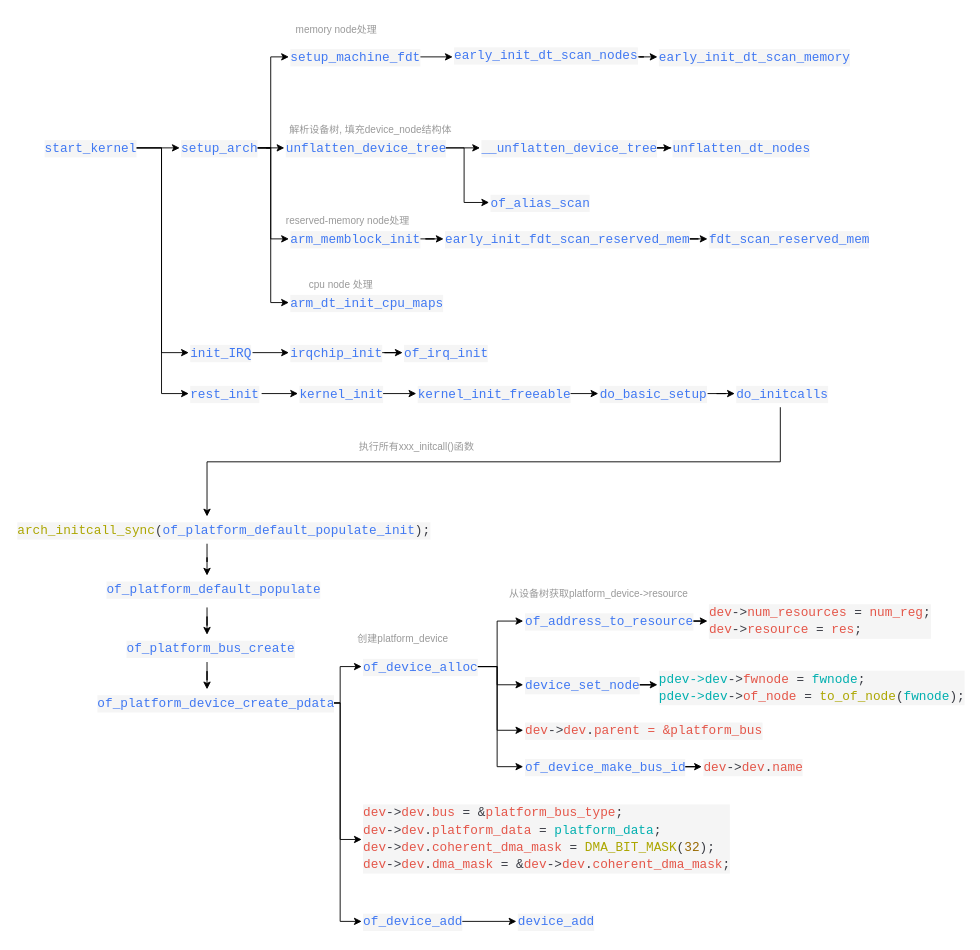
This is kernel/device_tree.drawio from YC-Xiang/draw.io, a draw.io file, before an edit. Source tidied: cells renumbered, new cells numbered last; positions are measured from the earlier drawing's top-left corner, leaving out a move shared by most shapes. Both pictures are drawn from the tidied source at 91%, with x=0, y=0 at pixel (15, 15).
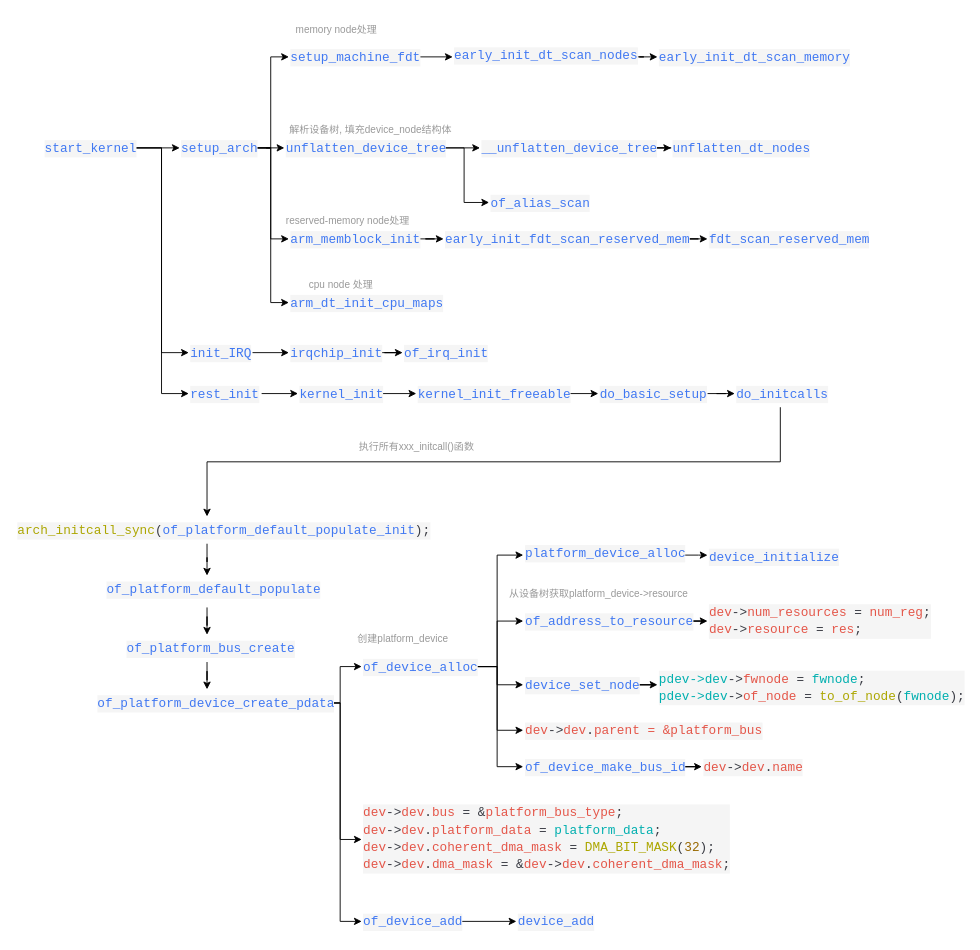
The same diagram, later.

Unchanged cells that the change refers to:
```xml
<mxCell id="48" value="&lt;div style=&quot;color: #383a42;background-color: #f5f5f5;font-family: Consolas, 'Courier New', monospace;font-weight: normal;font-size: 14px;line-height: 19px;white-space: pre;&quot;&gt;&lt;div&gt;&lt;span style=&quot;color: #4078f2;&quot;&gt;of_device_alloc&lt;/span&gt;&lt;/div&gt;&lt;/div&gt;" style="text;whiteSpace=wrap;html=1;" parent="1" vertex="1">
  <mxGeometry x="380" y="700" width="120" height="30" as="geometry" />
</mxCell>
```

What changed in the source:
```diff
@@
+    <mxCell id="80" style="edgeStyle=orthogonalEdgeStyle;rounded=0;jettySize=auto;html=1;exitX=1;exitY=0.5;exitDx=0;exitDy=0;entryX=0;entryY=0.5;entryDx=0;entryDy=0;" parent="1" edge="1" source="48" target="82">
+      <mxGeometry relative="1" as="geometry" />
+    </mxCell>
@@
+    <mxCell id="81" style="edgeStyle=orthogonalEdgeStyle;rounded=0;jettySize=auto;html=1;" parent="1" edge="1" source="82" target="83">
+      <mxGeometry relative="1" as="geometry" />
+    </mxCell>
+    <mxCell id="82" value="&lt;div style=&quot;color: #383a42;background-color: #f5f5f5;font-family: Consolas, 'Courier New', monospace;font-weight: normal;font-size: 14px;line-height: 19px;white-space: pre;&quot;&gt;&lt;div&gt;&lt;span style=&quot;color: #4078f2;&quot;&gt;platform_device_alloc&lt;/span&gt;&lt;/div&gt;&lt;/div&gt;" style="text;whiteSpace=wrap;html=1;" parent="1" vertex="1">
+      <mxGeometry x="557.5" y="575" width="172.5" height="35" as="geometry" />
+    </mxCell>
+    <mxCell id="83" value="&lt;div style=&quot;color: #383a42;background-color: #f5f5f5;font-family: Consolas, 'Courier New', monospace;font-weight: normal;font-size: 14px;line-height: 19px;white-space: pre;&quot;&gt;&lt;div&gt;&lt;span style=&quot;color: #4078f2;&quot;&gt;device_initialize&lt;/span&gt;&lt;/div&gt;&lt;/div&gt;" style="text;whiteSpace=wrap;html=1;" parent="1" vertex="1">
+      <mxGeometry x="760" y="578.8" width="140" height="27.5" as="geometry" />
+    </mxCell>
```
